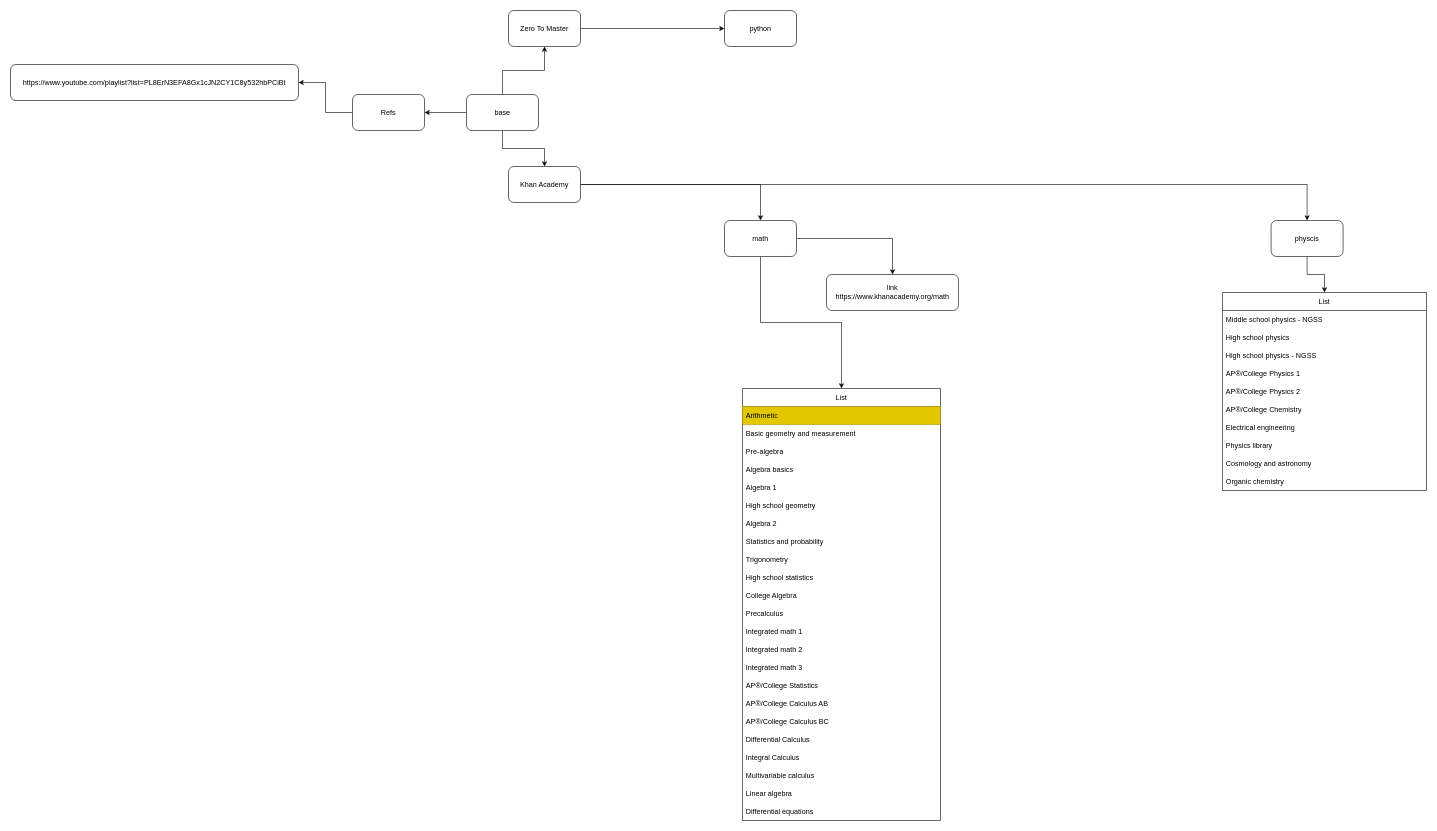
The draw.io diagram page "roadmap" (1 of 2) of roadmap.drawio in Mini-Pingu/math_physics, before the edit. Source tidied: cells renumbered, new cells numbered last; positions are measured from the earlier drawing's top-left corner, leaving out a move shared by most shapes. Both pictures are drawn from the tidied source at 60%, with x=0, y=0 at pixel (10, 10).
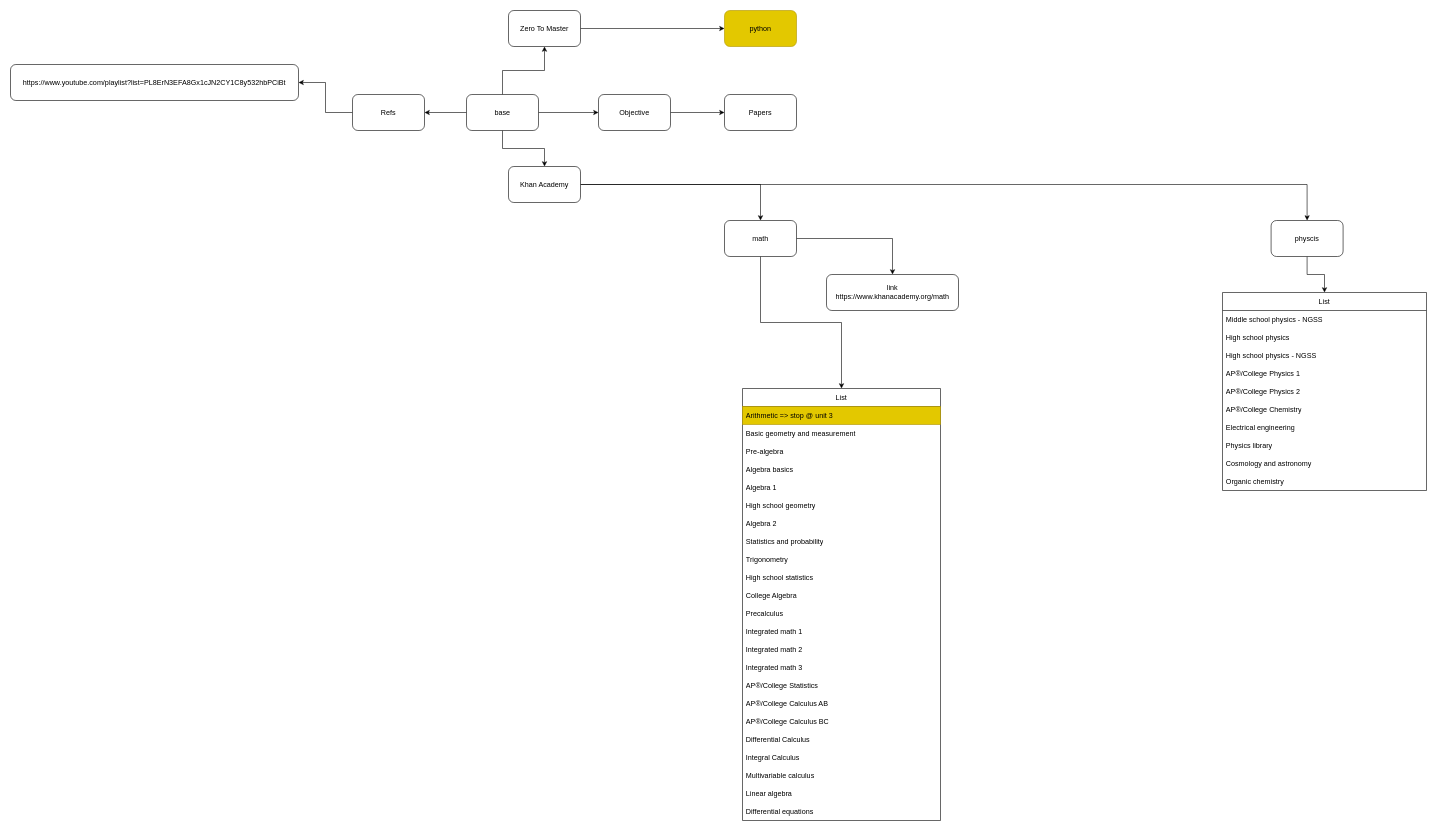
Above is the later version.

Commit message (it also covers changes not shown here):
update roadmap with python

Unchanged cells that the change refers to:
```xml
<mxCell id="10" value="List" style="swimlane;fontStyle=0;horizontal=1;startSize=30;whiteSpace=wrap;html=1;" parent="1" vertex="1">
  <mxGeometry x="1220" y="630" width="330" height="720" as="geometry" />
</mxCell>
<mxCell id="52" value="base" style="rounded=1;whiteSpace=wrap;html=1;" parent="1" vertex="1">
  <mxGeometry x="760" y="140" width="120" height="60" as="geometry" />
</mxCell>
```

Change to the diagram source:
```diff
@@
-    <mxCell id="11" value="Arithmetic" style="text;strokeColor=#B09500;fillColor=#e3c800;align=left;verticalAlign=middle;spacingLeft=4;spacingRight=4;overflow=hidden;whiteSpace=wrap;html=1;fontColor=#000000;" parent="10" vertex="1">
+    <mxCell id="11" value="Arithmetic =&amp;gt; stop @ unit 3" style="text;strokeColor=#B09500;fillColor=#e3c800;align=left;verticalAlign=middle;spacingLeft=4;spacingRight=4;overflow=hidden;whiteSpace=wrap;html=1;fontColor=#000000;" parent="10" vertex="1">
       <mxGeometry y="30" width="330" height="30" as="geometry" />
     </mxCell>
@@
-    <mxCell id="46" value="python" style="rounded=1;whiteSpace=wrap;html=1;" parent="1" vertex="1">
+    <mxCell id="46" value="python" style="rounded=1;whiteSpace=wrap;html=1;fillColor=#e3c800;fontColor=#000000;strokeColor=#B09500;" parent="1" vertex="1">
       <mxGeometry x="1190" width="120" height="60" as="geometry" />
     </mxCell>
@@
+    <mxCell id="56" style="edgeStyle=orthogonalEdgeStyle;rounded=0;jettySize=auto;html=1;" parent="1" edge="1" source="52" target="58">
+      <mxGeometry relative="1" as="geometry" />
+    </mxCell>
@@
+    <mxCell id="57" style="edgeStyle=orthogonalEdgeStyle;rounded=0;jettySize=auto;html=1;" parent="1" edge="1" source="58" target="59">
+      <mxGeometry relative="1" as="geometry" />
+    </mxCell>
+    <mxCell id="58" value="Objective" style="rounded=1;whiteSpace=wrap;html=1;" parent="1" vertex="1">
+      <mxGeometry x="980" y="140" width="120" height="60" as="geometry" />
+    </mxCell>
+    <mxCell id="59" value="Papers" style="rounded=1;whiteSpace=wrap;html=1;" parent="1" vertex="1">
+      <mxGeometry x="1190" y="140" width="120" height="60" as="geometry" />
+    </mxCell>
```
